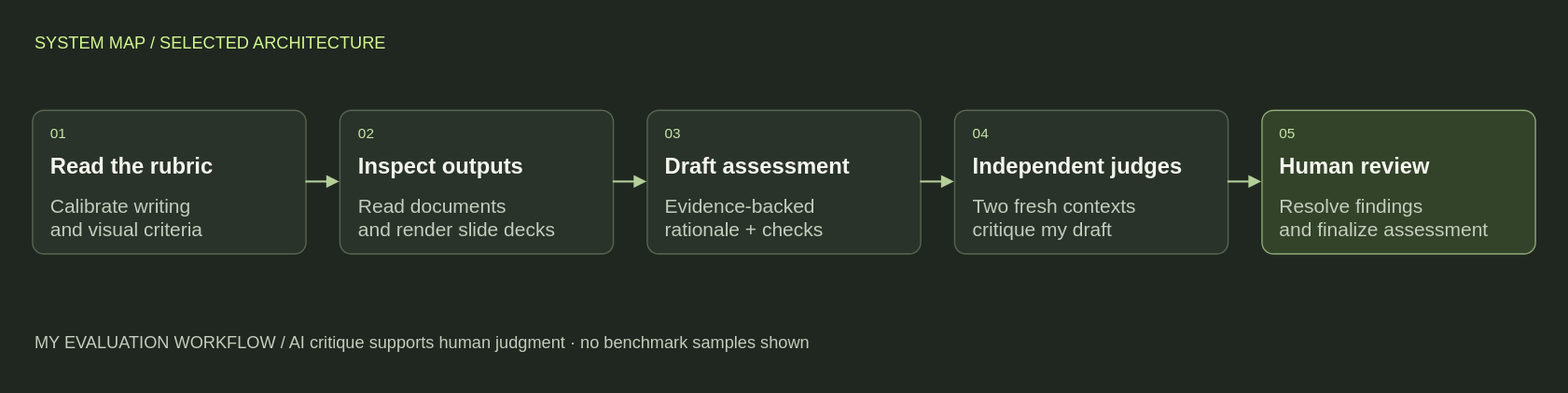
This is images/agents/evaluation-technical.svg from youngfreezy/youngfreezy.github.io, a draw.io export, as it was before one commit. Source tidied: cells renumbered, new cells last; positions are measured from the earlier drawing's top-left corner, leaving out a move shared by most shapes.
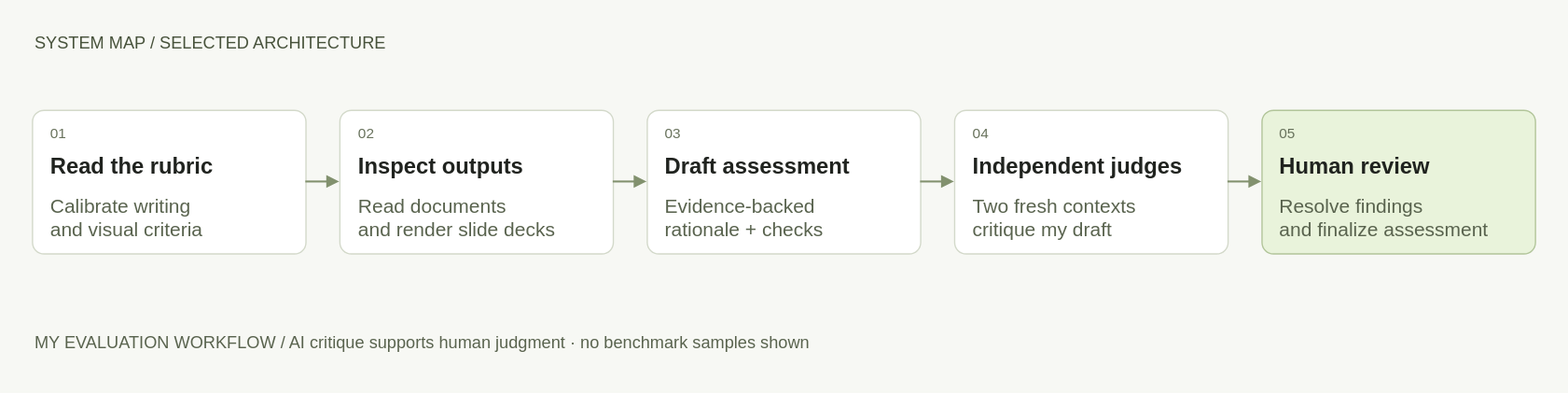
After the commit.

Diff of the diagram source:
```diff
@@ -1,86 +1,86 @@
-<mxGraphModel background="#202720">
+<mxGraphModel background="#f7f8f4">
   <root>
     <mxCell id="0" />
     <mxCell id="1" parent="0" />
-    <mxCell id="2" style="html=1;fontFamily=Helvetica;fontColor=#f4f6ed;strokeColor=none;fillColor=#202720;" parent="1" vertex="1">
+    <mxCell id="2" style="html=1;fontFamily=Helvetica;fontColor=#20231f;strokeColor=none;fillColor=#f7f8f4;" parent="1" vertex="1">
       <mxGeometry width="1200" height="300" as="geometry" />
     </mxCell>
-    <mxCell id="3" value="SYSTEM MAP  /  SELECTED ARCHITECTURE" style="html=1;fontFamily=Helvetica;fontColor=#f4f6ed;text;whiteSpace=wrap;strokeColor=none;fillColor=none;align=left;verticalAlign=middle;fontSize=13;fontColor=#d3f993;fontStyle=0;" parent="1" vertex="1">
+    <mxCell id="3" value="SYSTEM MAP  /  SELECTED ARCHITECTURE" style="html=1;fontFamily=Helvetica;fontColor=#20231f;text;whiteSpace=wrap;strokeColor=none;fillColor=none;align=left;verticalAlign=middle;fontSize=13;fontColor=#47523b;fontStyle=0;" parent="1" vertex="1">
       <mxGeometry x="24" y="18" width="1152" height="28" as="geometry" />
     </mxCell>
-    <mxCell id="4" style="html=1;fontFamily=Helvetica;fontColor=#f4f6ed;rounded=1;arcSize=8;fillColor=#2a332a;strokeColor=#596451;strokeWidth=1;" parent="1" vertex="1">
+    <mxCell id="4" style="html=1;fontFamily=Helvetica;fontColor=#20231f;rounded=1;arcSize=8;fillColor=#ffffff;strokeColor=#d3d9ca;strokeWidth=1;" parent="1" vertex="1">
       <mxGeometry x="24" y="84" width="209.6" height="110" as="geometry" />
     </mxCell>
-    <mxCell id="5" value="01" style="html=1;fontFamily=Helvetica;fontColor=#f4f6ed;text;whiteSpace=wrap;strokeColor=none;fillColor=none;align=left;verticalAlign=middle;fontSize=11;fontColor=#c7e6a9;fontStyle=0;" parent="4" vertex="1">
+    <mxCell id="5" value="01" style="html=1;fontFamily=Helvetica;fontColor=#20231f;text;whiteSpace=wrap;strokeColor=none;fillColor=none;align=left;verticalAlign=middle;fontSize=11;fontColor=#68725c;fontStyle=0;" parent="4" vertex="1">
       <mxGeometry x="12" y="8" width="30" height="20" as="geometry" />
     </mxCell>
-    <mxCell id="6" value="Read the rubric" style="html=1;fontFamily=Helvetica;fontColor=#f4f6ed;text;whiteSpace=wrap;strokeColor=none;fillColor=none;align=left;verticalAlign=middle;fontSize=17;fontColor=#f4f6ed;fontStyle=1;" parent="4" vertex="1">
+    <mxCell id="6" value="Read the rubric" style="html=1;fontFamily=Helvetica;fontColor=#20231f;text;whiteSpace=wrap;strokeColor=none;fillColor=none;align=left;verticalAlign=middle;fontSize=17;fontColor=#20231f;fontStyle=1;" parent="4" vertex="1">
       <mxGeometry x="12" y="31" width="185.6" height="26" as="geometry" />
     </mxCell>
-    <mxCell id="7" value="Calibrate writing&#10;and visual criteria" style="html=1;fontFamily=Helvetica;fontColor=#f4f6ed;text;whiteSpace=wrap;strokeColor=none;fillColor=none;align=left;verticalAlign=middle;fontSize=15;fontColor=#c4cdbd;fontStyle=0;" parent="4" vertex="1">
+    <mxCell id="7" value="Calibrate writing&#10;and visual criteria" style="html=1;fontFamily=Helvetica;fontColor=#20231f;text;whiteSpace=wrap;strokeColor=none;fillColor=none;align=left;verticalAlign=middle;fontSize=15;fontColor=#59634e;fontStyle=0;" parent="4" vertex="1">
       <mxGeometry x="12" y="62" width="185.6" height="40" as="geometry" />
     </mxCell>
-    <mxCell id="8" style="html=1;fontFamily=Helvetica;fontColor=#f4f6ed;rounded=1;arcSize=8;fillColor=#2a332a;strokeColor=#596451;strokeWidth=1;" parent="1" vertex="1">
+    <mxCell id="8" style="html=1;fontFamily=Helvetica;fontColor=#20231f;rounded=1;arcSize=8;fillColor=#ffffff;strokeColor=#d3d9ca;strokeWidth=1;" parent="1" vertex="1">
       <mxGeometry x="259.6" y="84" width="209.6" height="110" as="geometry" />
     </mxCell>
-    <mxCell id="9" value="02" style="html=1;fontFamily=Helvetica;fontColor=#f4f6ed;text;whiteSpace=wrap;strokeColor=none;fillColor=none;align=left;verticalAlign=middle;fontSize=11;fontColor=#c7e6a9;fontStyle=0;" parent="8" vertex="1">
+    <mxCell id="9" value="02" style="html=1;fontFamily=Helvetica;fontColor=#20231f;text;whiteSpace=wrap;strokeColor=none;fillColor=none;align=left;verticalAlign=middle;fontSize=11;fontColor=#68725c;fontStyle=0;" parent="8" vertex="1">
       <mxGeometry x="12" y="8" width="30" height="20" as="geometry" />
     </mxCell>
-    <mxCell id="10" value="Inspect outputs" style="html=1;fontFamily=Helvetica;fontColor=#f4f6ed;text;whiteSpace=wrap;strokeColor=none;fillColor=none;align=left;verticalAlign=middle;fontSize=17;fontColor=#f4f6ed;fontStyle=1;" parent="8" vertex="1">
+    <mxCell id="10" value="Inspect outputs" style="html=1;fontFamily=Helvetica;fontColor=#20231f;text;whiteSpace=wrap;strokeColor=none;fillColor=none;align=left;verticalAlign=middle;fontSize=17;fontColor=#20231f;fontStyle=1;" parent="8" vertex="1">
       <mxGeometry x="12" y="31" width="185.6" height="26" as="geometry" />
     </mxCell>
-    <mxCell id="11" value="Read documents&#10;and render slide decks" style="html=1;fontFamily=Helvetica;fontColor=#f4f6ed;text;whiteSpace=wrap;strokeColor=none;fillColor=none;align=left;verticalAlign=middle;fontSize=15;fontColor=#c4cdbd;fontStyle=0;" parent="8" vertex="1">
+    <mxCell id="11" value="Read documents&#10;and render slide decks" style="html=1;fontFamily=Helvetica;fontColor=#20231f;text;whiteSpace=wrap;strokeColor=none;fillColor=none;align=left;verticalAlign=middle;fontSize=15;fontColor=#59634e;fontStyle=0;" parent="8" vertex="1">
       <mxGeometry x="12" y="62" width="185.6" height="40" as="geometry" />
     </mxCell>
-    <mxCell id="12" style="html=1;fontFamily=Helvetica;fontColor=#f4f6ed;rounded=1;arcSize=8;fillColor=#2a332a;strokeColor=#596451;strokeWidth=1;" parent="1" vertex="1">
+    <mxCell id="12" style="html=1;fontFamily=Helvetica;fontColor=#20231f;rounded=1;arcSize=8;fillColor=#ffffff;strokeColor=#d3d9ca;strokeWidth=1;" parent="1" vertex="1">
       <mxGeometry x="495.2" y="84" width="209.6" height="110" as="geometry" />
     </mxCell>
-    <mxCell id="13" value="03" style="html=1;fontFamily=Helvetica;fontColor=#f4f6ed;text;whiteSpace=wrap;strokeColor=none;fillColor=none;align=left;verticalAlign=middle;fontSize=11;fontColor=#c7e6a9;fontStyle=0;" parent="12" vertex="1">
+    <mxCell id="13" value="03" style="html=1;fontFamily=Helvetica;fontColor=#20231f;text;whiteSpace=wrap;strokeColor=none;fillColor=none;align=left;verticalAlign=middle;fontSize=11;fontColor=#68725c;fontStyle=0;" parent="12" vertex="1">
       <mxGeometry x="12" y="8" width="30" height="20" as="geometry" />
     </mxCell>
-    <mxCell id="14" value="Draft assessment" style="html=1;fontFamily=Helvetica;fontColor=#f4f6ed;text;whiteSpace=wrap;strokeColor=none;fillColor=none;align=left;verticalAlign=middle;fontSize=17;fontColor=#f4f6ed;fontStyle=1;" parent="12" vertex="1">
+    <mxCell id="14" value="Draft assessment" style="html=1;fontFamily=Helvetica;fontColor=#20231f;text;whiteSpace=wrap;strokeColor=none;fillColor=none;align=left;verticalAlign=middle;fontSize=17;fontColor=#20231f;fontStyle=1;" parent="12" vertex="1">
       <mxGeometry x="12" y="31" width="185.6" height="26" as="geometry" />
     </mxCell>
-    <mxCell id="15" value="Evidence-backed&#10;rationale + checks" style="html=1;fontFamily=Helvetica;fontColor=#f4f6ed;text;whiteSpace=wrap;strokeColor=none;fillColor=none;align=left;verticalAlign=middle;fontSize=15;fontColor=#c4cdbd;fontStyle=0;" parent="12" vertex="1">
+    <mxCell id="15" value="Evidence-backed&#10;rationale + checks" style="html=1;fontFamily=Helvetica;fontColor=#20231f;text;whiteSpace=wrap;strokeColor=none;fillColor=none;align=left;verticalAlign=middle;fontSize=15;fontColor=#59634e;fontStyle=0;" parent="12" vertex="1">
       <mxGeometry x="12" y="62" width="185.6" height="40" as="geometry" />
     </mxCell>
-    <mxCell id="16" style="html=1;fontFamily=Helvetica;fontColor=#f4f6ed;rounded=1;arcSize=8;fillColor=#2a332a;strokeColor=#596451;strokeWidth=1;" parent="1" vertex="1">
+    <mxCell id="16" style="html=1;fontFamily=Helvetica;fontColor=#20231f;rounded=1;arcSize=8;fillColor=#ffffff;strokeColor=#d3d9ca;strokeWidth=1;" parent="1" vertex="1">
       <mxGeometry x="730.8" y="84" width="209.6" height="110" as="geometry" />
     </mxCell>
-    <mxCell id="17" value="04" style="html=1;fontFamily=Helvetica;fontColor=#f4f6ed;text;whiteSpace=wrap;strokeColor=none;fillColor=none;align=left;verticalAlign=middle;fontSize=11;fontColor=#c7e6a9;fontStyle=0;" parent="16" vertex="1">
+    <mxCell id="17" value="04" style="html=1;fontFamily=Helvetica;fontColor=#20231f;text;whiteSpace=wrap;strokeColor=none;fillColor=none;align=left;verticalAlign=middle;fontSize=11;fontColor=#68725c;fontStyle=0;" parent="16" vertex="1">
       <mxGeometry x="12" y="8" width="30" height="20" as="geometry" />
     </mxCell>
-    <mxCell id="18" value="Independent judges" style="html=1;fontFamily=Helvetica;fontColor=#f4f6ed;text;whiteSpace=wrap;strokeColor=none;fillColor=none;align=left;verticalAlign=middle;fontSize=17;fontColor=#f4f6ed;fontStyle=1;" parent="16" vertex="1">
+    <mxCell id="18" value="Independent judges" style="html=1;fontFamily=Helvetica;fontColor=#20231f;text;whiteSpace=wrap;strokeColor=none;fillColor=none;align=left;verticalAlign=middle;fontSize=17;fontColor=#20231f;fontStyle=1;" parent="16" vertex="1">
       <mxGeometry x="12" y="31" width="185.6" height="26" as="geometry" />
     </mxCell>
-    <mxCell id="19" value="Two fresh contexts&#10;critique my draft" style="html=1;fontFamily=Helvetica;fontColor=#f4f6ed;text;whiteSpace=wrap;strokeColor=none;fillColor=none;align=left;verticalAlign=middle;fontSize=15;fontColor=#c4cdbd;fontStyle=0;" parent="16" vertex="1">
+    <mxCell id="19" value="Two fresh contexts&#10;critique my draft" style="html=1;fontFamily=Helvetica;fontColor=#20231f;text;whiteSpace=wrap;strokeColor=none;fillColor=none;align=left;verticalAlign=middle;fontSize=15;fontColor=#59634e;fontStyle=0;" parent="16" vertex="1">
       <mxGeometry x="12" y="62" width="185.6" height="40" as="geometry" />
     </mxCell>
-    <mxCell id="20" style="html=1;fontFamily=Helvetica;fontColor=#f4f6ed;rounded=1;arcSize=8;fillColor=#33432a;strokeColor=#8eaa75;strokeWidth=1;" parent="1" vertex="1">
+    <mxCell id="20" style="html=1;fontFamily=Helvetica;fontColor=#20231f;rounded=1;arcSize=8;fillColor=#e9f3db;strokeColor=#b2c59a;strokeWidth=1;" parent="1" vertex="1">
       <mxGeometry x="966.4" y="84" width="209.6" height="110" as="geometry" />
     </mxCell>
-    <mxCell id="21" value="05" style="html=1;fontFamily=Helvetica;fontColor=#f4f6ed;text;whiteSpace=wrap;strokeColor=none;fillColor=none;align=left;verticalAlign=middle;fontSize=11;fontColor=#c7e6a9;fontStyle=0;" parent="20" vertex="1">
+    <mxCell id="21" value="05" style="html=1;fontFamily=Helvetica;fontColor=#20231f;text;whiteSpace=wrap;strokeColor=none;fillColor=none;align=left;verticalAlign=middle;fontSize=11;fontColor=#68725c;fontStyle=0;" parent="20" vertex="1">
       <mxGeometry x="12" y="8" width="30" height="20" as="geometry" />
     </mxCell>
-    <mxCell id="22" value="Human review" style="html=1;fontFamily=Helvetica;fontColor=#f4f6ed;text;whiteSpace=wrap;strokeColor=none;fillColor=none;align=left;verticalAlign=middle;fontSize=17;fontColor=#f4f6ed;fontStyle=1;" parent="20" vertex="1">
+    <mxCell id="22" value="Human review" style="html=1;fontFamily=Helvetica;fontColor=#20231f;text;whiteSpace=wrap;strokeColor=none;fillColor=none;align=left;verticalAlign=middle;fontSize=17;fontColor=#20231f;fontStyle=1;" parent="20" vertex="1">
       <mxGeometry x="12" y="31" width="185.6" height="26" as="geometry" />
     </mxCell>
-    <mxCell id="23" value="Resolve findings&#10;and finalize assessment" style="html=1;fontFamily=Helvetica;fontColor=#f4f6ed;text;whiteSpace=wrap;strokeColor=none;fillColor=none;align=left;verticalAlign=middle;fontSize=15;fontColor=#c4cdbd;fontStyle=0;" parent="20" vertex="1">
+    <mxCell id="23" value="Resolve findings&#10;and finalize assessment" style="html=1;fontFamily=Helvetica;fontColor=#20231f;text;whiteSpace=wrap;strokeColor=none;fillColor=none;align=left;verticalAlign=middle;fontSize=15;fontColor=#59634e;fontStyle=0;" parent="20" vertex="1">
       <mxGeometry x="12" y="62" width="185.6" height="40" as="geometry" />
     </mxCell>
-    <mxCell id="24" style="edgeStyle=orthogonalEdgeStyle;rounded=1;jettySize=auto;strokeColor=#b4cf99;strokeWidth=1.5;endArrow=block;endFill=1;exitX=1;exitY=.5;entryX=0;entryY=.5;" parent="1" edge="1" source="4" target="8">
+    <mxCell id="24" style="edgeStyle=orthogonalEdgeStyle;rounded=1;jettySize=auto;strokeColor=#82916e;strokeWidth=1.5;endArrow=block;endFill=1;exitX=1;exitY=.5;entryX=0;entryY=.5;" parent="1" edge="1" source="4" target="8">
       <mxGeometry relative="1" as="geometry" />
     </mxCell>
-    <mxCell id="25" style="edgeStyle=orthogonalEdgeStyle;rounded=1;jettySize=auto;strokeColor=#b4cf99;strokeWidth=1.5;endArrow=block;endFill=1;exitX=1;exitY=.5;entryX=0;entryY=.5;" parent="1" edge="1" source="8" target="12">
+    <mxCell id="25" style="edgeStyle=orthogonalEdgeStyle;rounded=1;jettySize=auto;strokeColor=#82916e;strokeWidth=1.5;endArrow=block;endFill=1;exitX=1;exitY=.5;entryX=0;entryY=.5;" parent="1" edge="1" source="8" target="12">
       <mxGeometry relative="1" as="geometry" />
     </mxCell>
-    <mxCell id="26" style="edgeStyle=orthogonalEdgeStyle;rounded=1;jettySize=auto;strokeColor=#b4cf99;strokeWidth=1.5;endArrow=block;endFill=1;exitX=1;exitY=.5;entryX=0;entryY=.5;" parent="1" edge="1" source="12" target="16">
+    <mxCell id="26" style="edgeStyle=orthogonalEdgeStyle;rounded=1;jettySize=auto;strokeColor=#82916e;strokeWidth=1.5;endArrow=block;endFill=1;exitX=1;exitY=.5;entryX=0;entryY=.5;" parent="1" edge="1" source="12" target="16">
       <mxGeometry relative="1" as="geometry" />
     </mxCell>
-    <mxCell id="27" style="edgeStyle=orthogonalEdgeStyle;rounded=1;jettySize=auto;strokeColor=#b4cf99;strokeWidth=1.5;endArrow=block;endFill=1;exitX=1;exitY=.5;entryX=0;entryY=.5;" parent="1" edge="1" source="16" target="20">
+    <mxCell id="27" style="edgeStyle=orthogonalEdgeStyle;rounded=1;jettySize=auto;strokeColor=#82916e;strokeWidth=1.5;endArrow=block;endFill=1;exitX=1;exitY=.5;entryX=0;entryY=.5;" parent="1" edge="1" source="16" target="20">
       <mxGeometry relative="1" as="geometry" />
     </mxCell>
-    <mxCell id="28" value="MY EVALUATION WORKFLOW  /  AI critique supports human judgment · no benchmark samples shown" style="html=1;fontFamily=Helvetica;fontColor=#f4f6ed;text;whiteSpace=wrap;strokeColor=none;fillColor=none;align=left;verticalAlign=middle;fontSize=13;fontColor=#c4cdbd;fontStyle=0;" parent="1" vertex="1">
+    <mxCell id="28" value="MY EVALUATION WORKFLOW  /  AI critique supports human judgment · no benchmark samples shown" style="html=1;fontFamily=Helvetica;fontColor=#20231f;text;whiteSpace=wrap;strokeColor=none;fillColor=none;align=left;verticalAlign=middle;fontSize=13;fontColor=#59634e;fontStyle=0;" parent="1" vertex="1">
       <mxGeometry x="24" y="240" width="1152" height="44" as="geometry" />
     </mxCell>
   </root>
```
